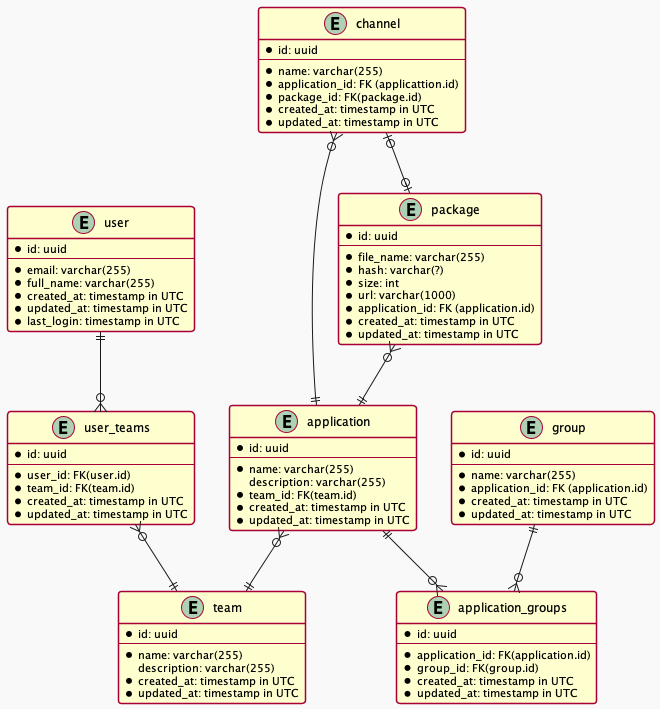
This is docs/erd.png from DragosBulumac/project-UpdateService, a PlantUML export, as it was before one commit.
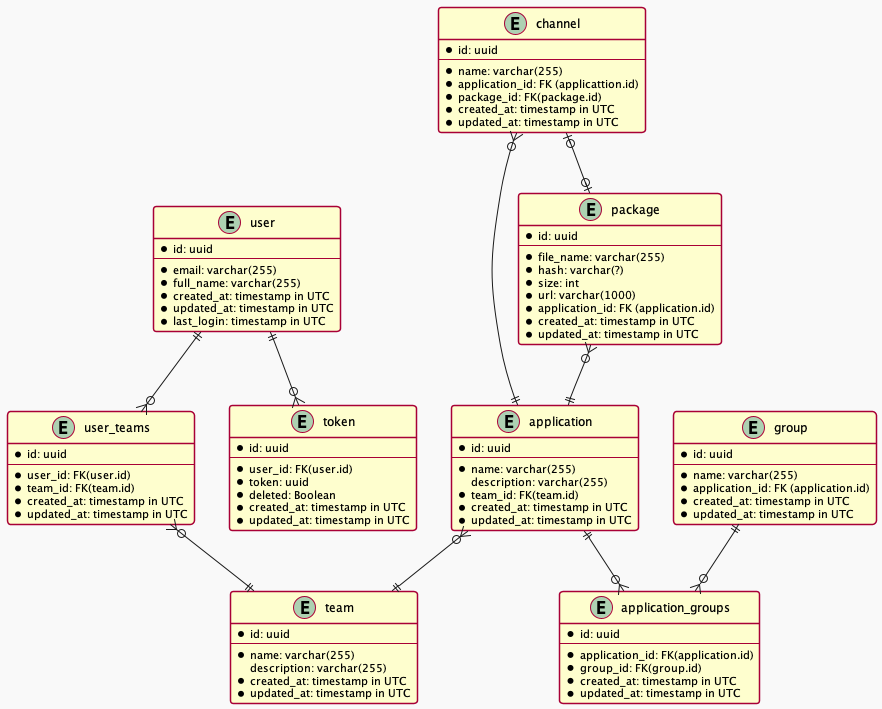
Above is the later version.

Commit message:
Add token entity.

The edit, as a diff of the source:
```diff
@@ -78,6 +78,16 @@
 * updated_at: timestamp in UTC
 }
 
+entity token {
+* id: uuid
+--
+* user_id: FK(user.id)
+* token: uuid
+* deleted: Boolean
+* created_at: timestamp in UTC
+* updated_at: timestamp in UTC
+}
+
 application }o--|| team
 user ||--o{ user_teams
 user_teams }o--|| team
@@ -86,5 +96,6 @@
 application ||--o{ application_groups
 group ||--o{ application_groups
 channel |o--o| package
+user ||--o{ token
 
 @enduml
```
